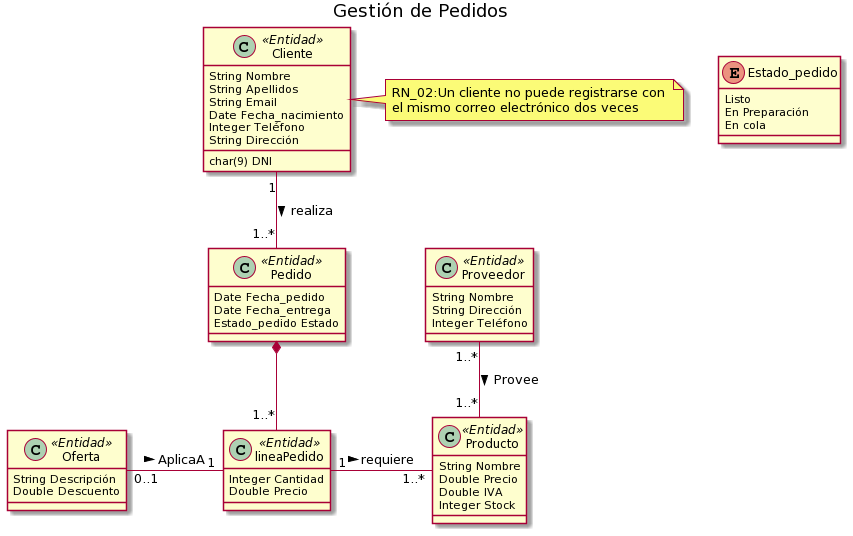
Above: mc/Gestión pedidos.png in alvnavriv/Proyecto-IR (PlantUML), before the change.
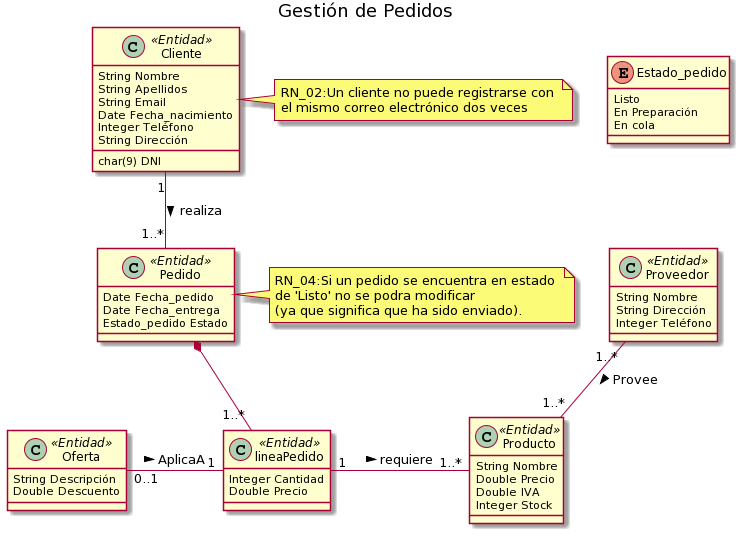
The same diagram one commit later.

What changed in the source:
```diff
@@ -56,4 +56,10 @@
 RN_02:Un cliente no puede registrarse con
 el mismo correo electrónico dos veces
 end note
+
+note left of Pedido
+RN_04:Si un pedido se encuentra en estado
+de 'Listo' no se podra modificar
+(ya que significa que ha sido enviado).
+end note
 @enduml
```
